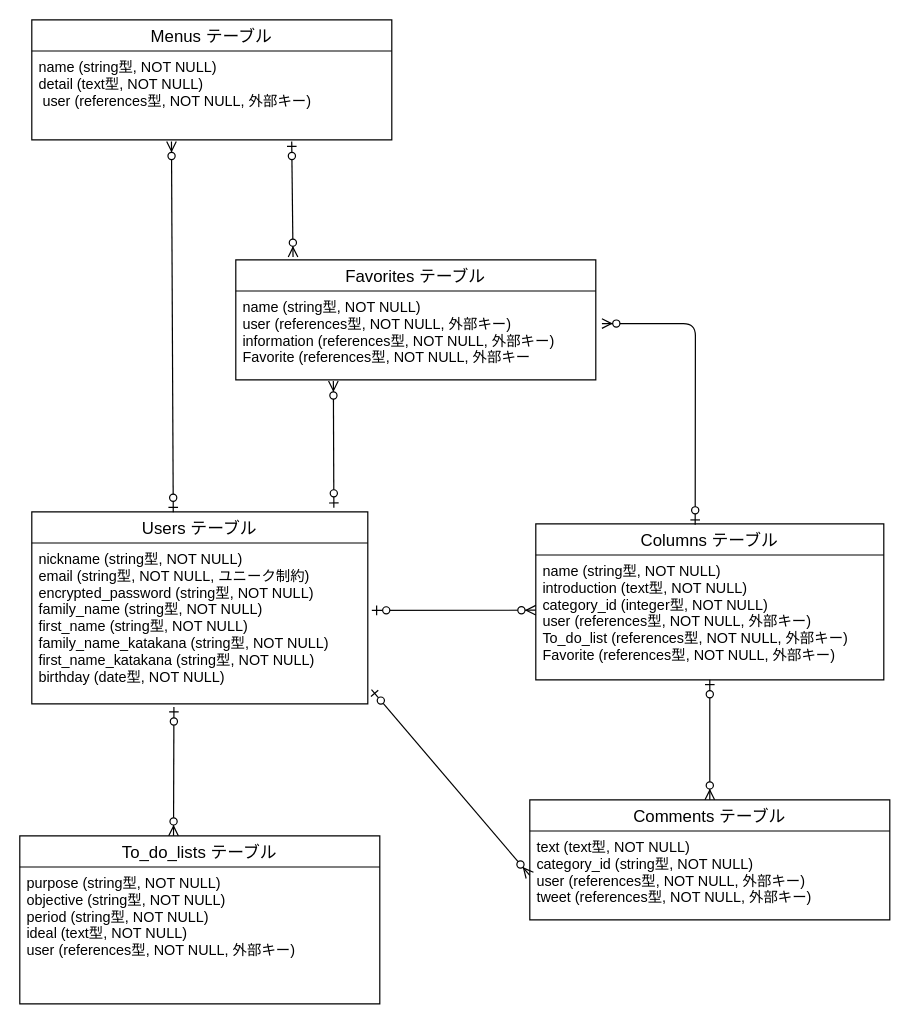
Above: page "ページ2" (2 of 3) of will.dio in Katsu1001/will-fitness (draw.io), before the change. Source tidied: cells renumbered, new cells numbered last; positions are measured from the earlier drawing's top-left corner, leaving out a move shared by most shapes. Both pictures are drawn from the tidied source at 120%, with x=0, y=0 at pixel (19, 19).
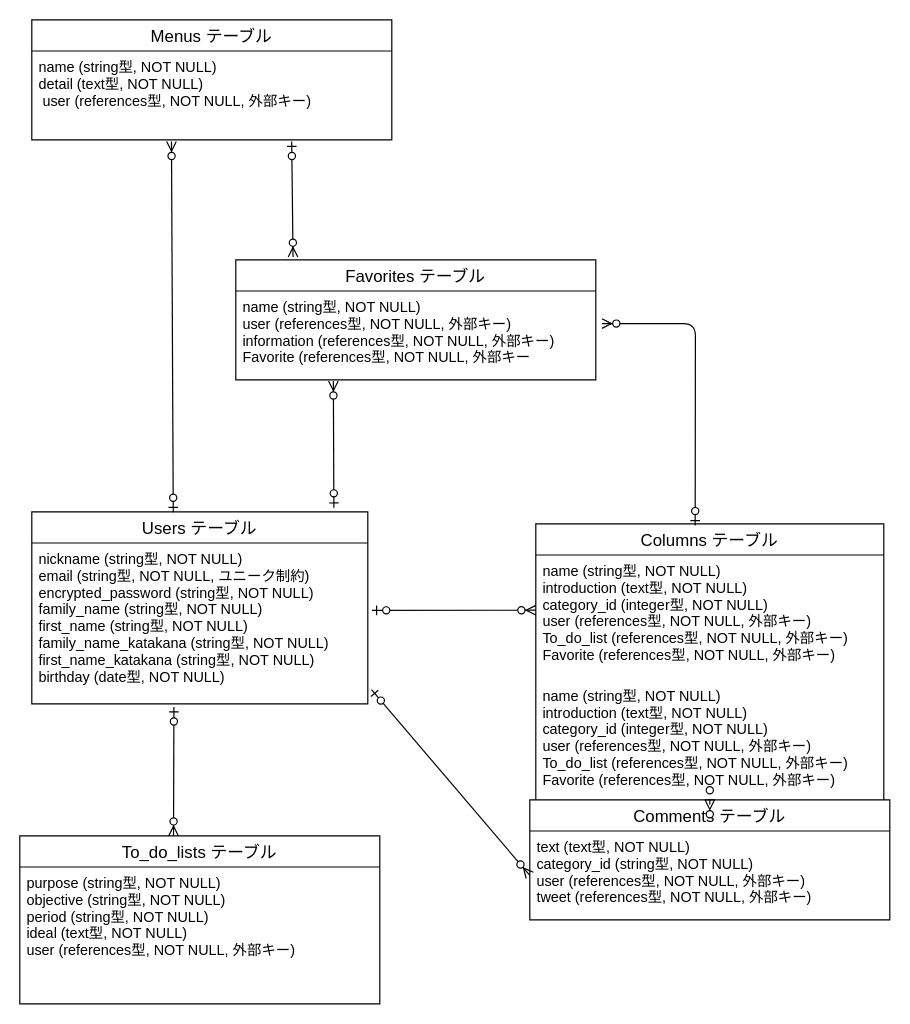
Above is the later version.

Commit message (it also covers changes not shown here):
ER図とREADME.mdを編集

The change refers to these unchanged cells:
```xml
<mxCell id="2" style="group;" parent="1" vertex="1">
  <mxGeometry width="840" height="820" as="geometry" />
</mxCell>
```

The edit, as a diff of the source:
```diff
@@
     <mxCell id="9" value="Columns テーブル" style="swimlane;fontStyle=0;horizontal=1;startSize=26;align=center;fontSize=14;" parent="2" vertex="1">
-      <mxGeometry x="430" y="420" width="290" height="130" as="geometry" />
+      <mxGeometry x="430" y="420" width="290" height="234" as="geometry" />
     </mxCell>
+    <mxCell id="23" value="name (string型, NOT NULL)&#10;introduction (text型, NOT NULL)&#10;category_id (integer型, NOT NULL)&#10;user (references型, NOT NULL, 外部キー)&#10;To_do_list (references型, NOT NULL, 外部キー)&#10;Favorite (references型, NOT NULL, 外部キー)" style="text;strokeColor=none;fillColor=none;spacingLeft=4;spacingRight=4;overflow=hidden;fontSize=12;" parent="9" vertex="1">
+      <mxGeometry y="26" width="290" height="104" as="geometry" />
+    </mxCell>
     <mxCell id="10" value="name (string型, NOT NULL)&#10;introduction (text型, NOT NULL)&#10;category_id (integer型, NOT NULL)&#10;user (references型, NOT NULL, 外部キー)&#10;To_do_list (references型, NOT NULL, 外部キー)&#10;Favorite (references型, NOT NULL, 外部キー)" style="text;strokeColor=none;fillColor=none;spacingLeft=4;spacingRight=4;overflow=hidden;points=[[0,0.5],[1,0.5]];portConstraint=eastwest;fontSize=12;" parent="9" vertex="1">
-      <mxGeometry y="26" width="290" height="104" as="geometry" />
+      <mxGeometry y="130" width="290" height="104" as="geometry" />
     </mxCell>
```
